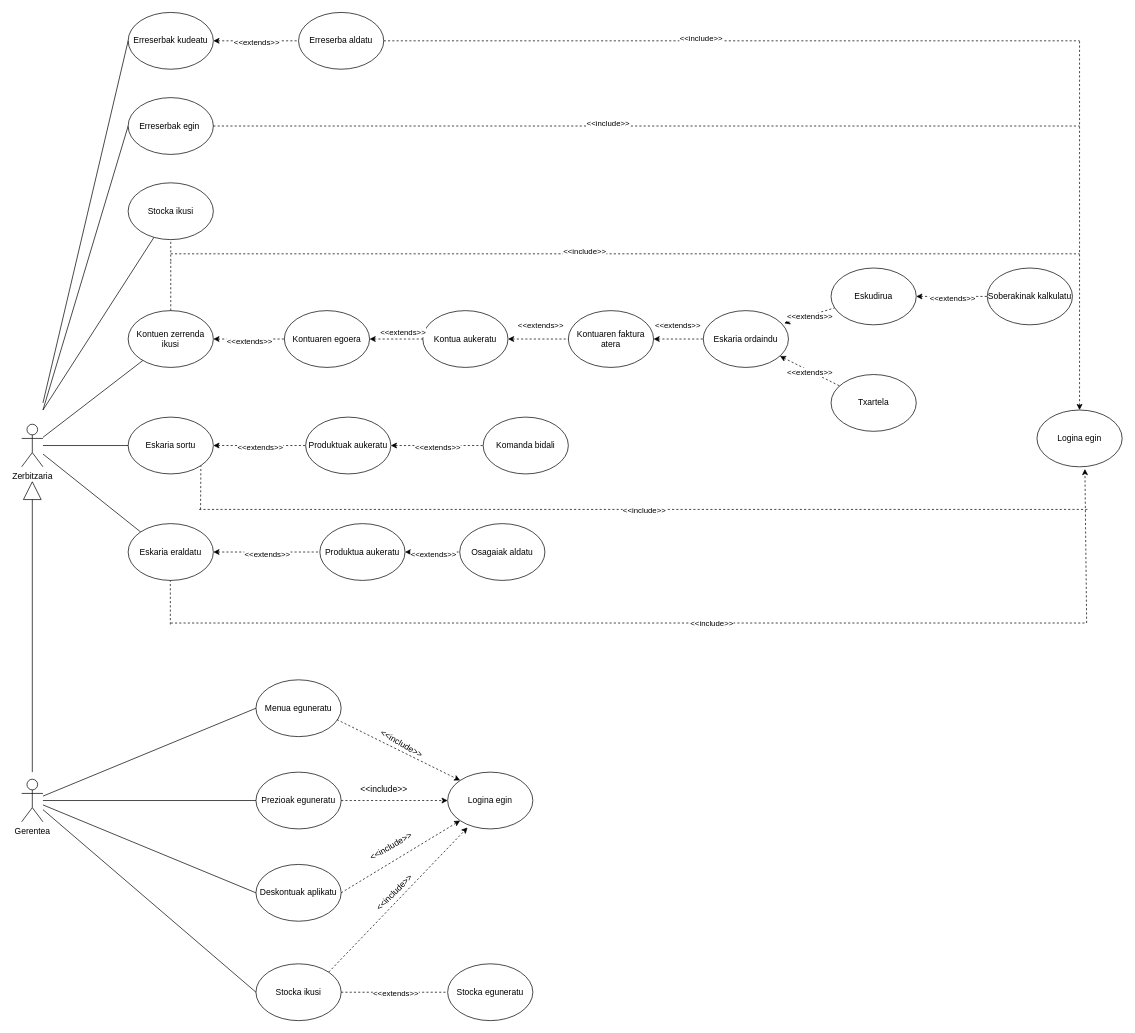
The draw.io diagram Diagramak/TPV/TPV erabilpen-kasu diagrama.drawio in iguisado228/2MG3_1Erronka, before the edit. Source tidied: cells renumbered, new cells numbered last; positions are measured from the earlier drawing's top-left corner, leaving out a move shared by most shapes. Both pictures are drawn from the tidied source at 71%, with x=0, y=0 at pixel (21, 12).
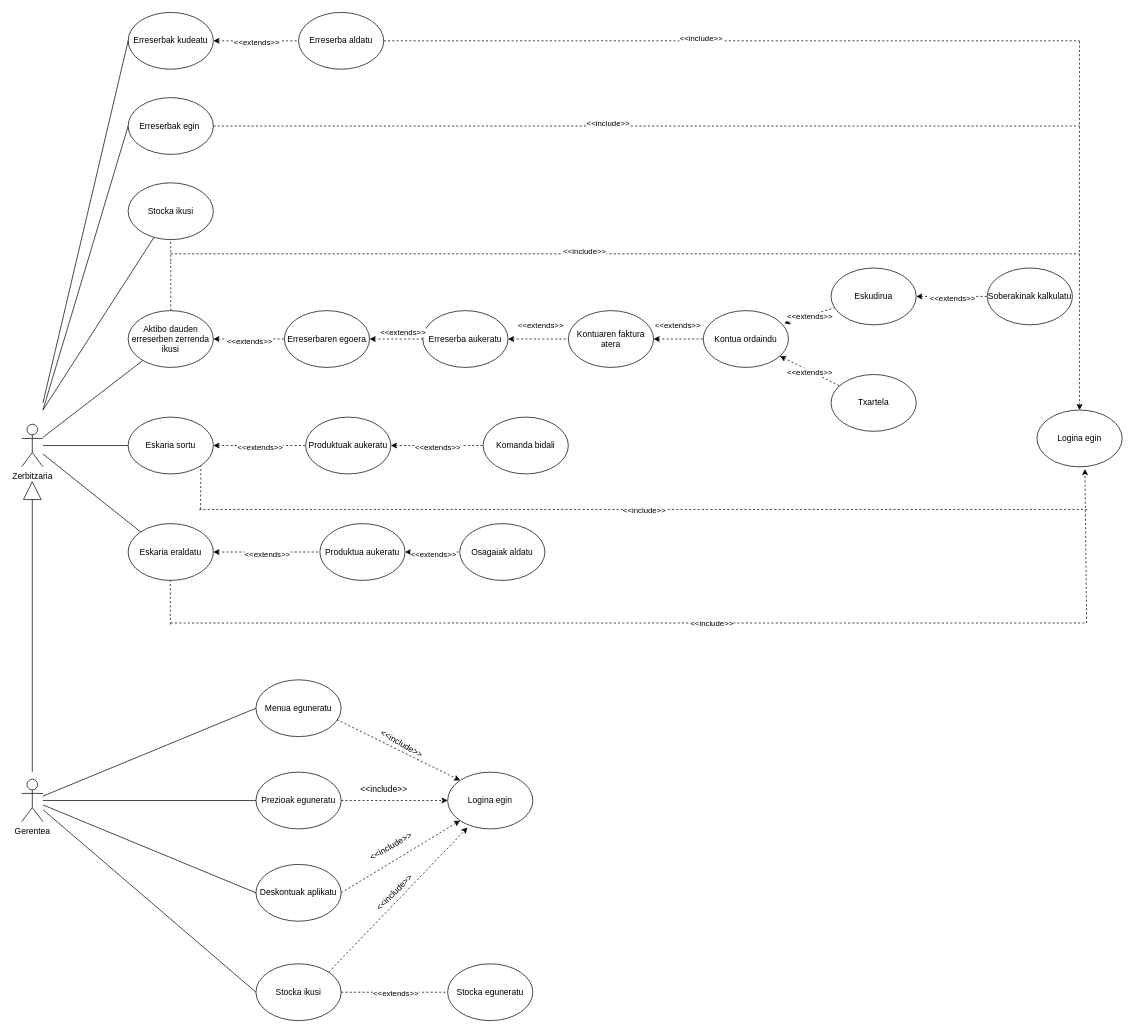
The same page after the edit.

What changed in the source:
```diff
@@
-    <mxCell id="7" value="Eskaria ordaindu" style="ellipse;whiteSpace=wrap;html=1;" parent="1" vertex="1">
+    <mxCell id="7" value="Kontua ordaindu" style="ellipse;whiteSpace=wrap;html=1;" parent="1" vertex="1">
       <mxGeometry x="960" y="420" width="120" height="80" as="geometry" />
     </mxCell>
@@
-    <mxCell id="9" value="Kontuen zerrenda ikusi" style="ellipse;whiteSpace=wrap;html=1;" parent="1" vertex="1">
+    <mxCell id="9" value="Aktibo dauden erreserben zerrenda ikusi" style="ellipse;whiteSpace=wrap;html=1;" parent="1" vertex="1">
       <mxGeometry x="150" y="420" width="120" height="80" as="geometry" />
     </mxCell>
@@
-    <mxCell id="27" value="Kontuaren egoera" style="ellipse;whiteSpace=wrap;html=1;" parent="1" vertex="1">
+    <mxCell id="27" value="Erreserbaren egoera" style="ellipse;whiteSpace=wrap;html=1;" parent="1" vertex="1">
       <mxGeometry x="370" y="420" width="120" height="80" as="geometry" />
     </mxCell>
@@
-    <mxCell id="31" value="Kontua aukeratu" style="ellipse;whiteSpace=wrap;html=1;" parent="1" vertex="1">
+    <mxCell id="31" value="Erreserba aukeratu" style="ellipse;whiteSpace=wrap;html=1;" parent="1" vertex="1">
       <mxGeometry x="565" y="420" width="120" height="80" as="geometry" />
     </mxCell>
```
